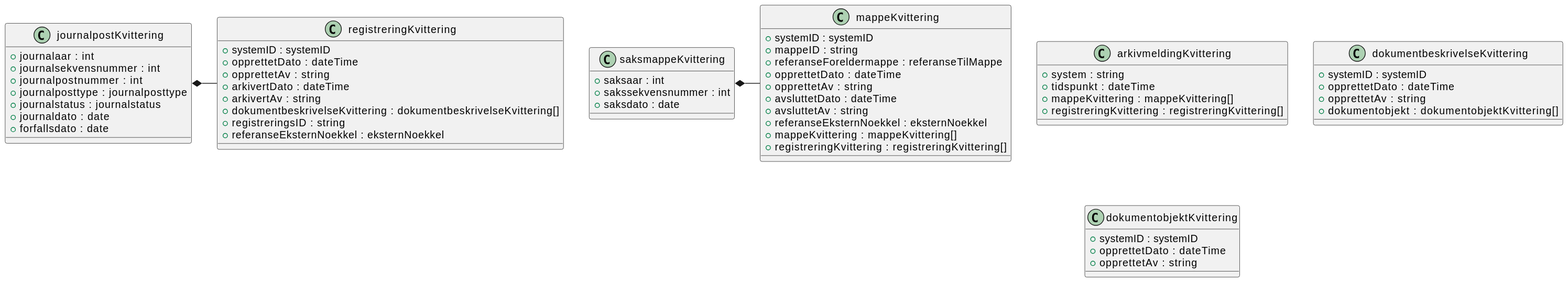
This is Dokumentasjon/V1/SchemaModels/no/ks/fiks/arkiv/v1/arkivering/arkivmelding/opprett/kvittering.svg from ks-no/fiks-arkiv-specification, a PlantUML export, as it was before one commit.
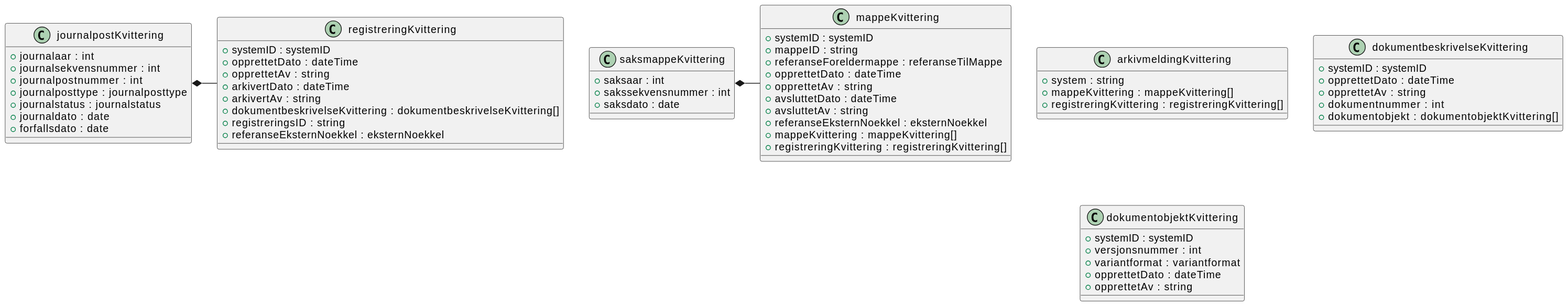
Later version of the same file.

Change to the diagram source:
```diff
@@ -1,7 +1,6 @@
 @startuml
 class arkivmeldingKvittering {
     +system : string
-    +tidspunkt : dateTime
     +mappeKvittering : mappeKvittering[]
     +registreringKvittering : registreringKvittering[]
 }
@@ -9,10 +8,13 @@
     +systemID : systemID
     +opprettetDato : dateTime
     +opprettetAv : string
+    +dokumentnummer : int
     +dokumentobjekt : dokumentobjektKvittering[]
 }
 class dokumentobjektKvittering {
     +systemID : systemID
+    +versjonsnummer : int
+    +variantformat : variantformat
     +opprettetDato : dateTime
     +opprettetAv : string
 }
```
